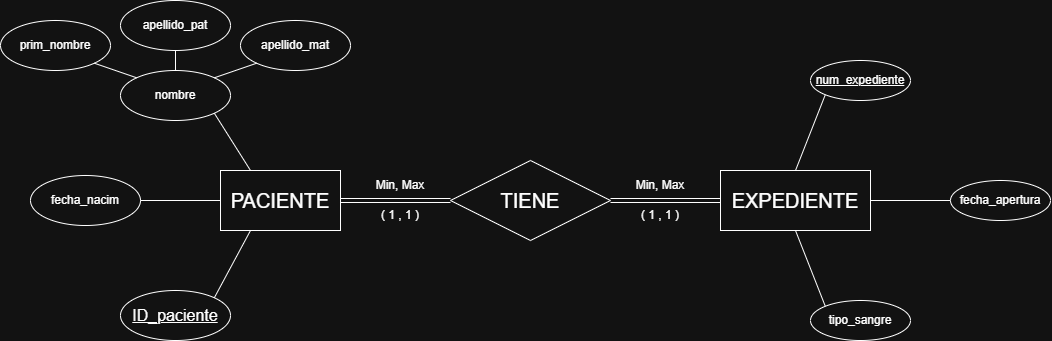
The draw.io diagram img/E-R/Ejercicio 1.png in Luiss0704/BaseDeDatos-3DSM-G3, before a commit. Source tidied: cells renumbered, new cells last; positions are measured from the earlier drawing's top-left corner, leaving out a move shared by most shapes.
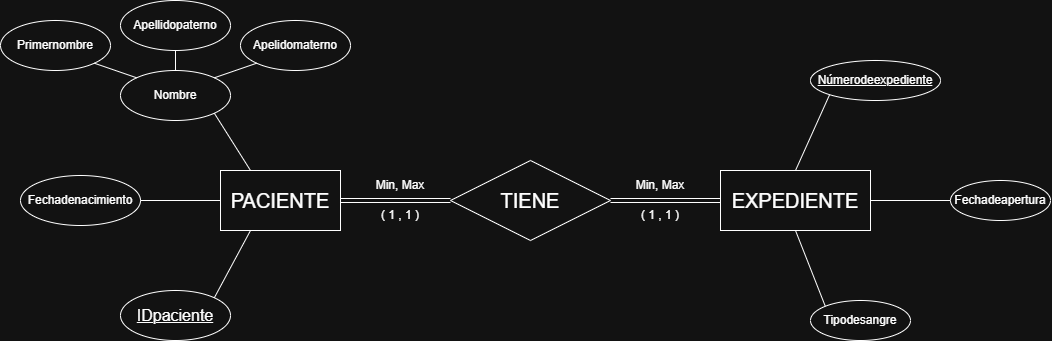
The same diagram one commit later.

What changed in the source:
```diff
@@ -11,16 +11,16 @@
     <mxCell id="4" value="&lt;font style=&quot;font-size: 20px;&quot;&gt;EXPEDIENTE&lt;/font&gt;" style="rounded=0;whiteSpace=wrap;html=1;" parent="1" vertex="1">
       <mxGeometry x="720" y="170" width="150" height="60" as="geometry" />
     </mxCell>
-    <mxCell id="5" value="nombre" style="ellipse;whiteSpace=wrap;html=1;" parent="1" vertex="1">
+    <mxCell id="5" value="Nombre" style="ellipse;whiteSpace=wrap;html=1;" parent="1" vertex="1">
       <mxGeometry x="120" y="70" width="110" height="50" as="geometry" />
     </mxCell>
-    <mxCell id="6" value="prim_nombre" style="ellipse;whiteSpace=wrap;html=1;" parent="1" vertex="1">
+    <mxCell id="6" value="Primernombre" style="ellipse;whiteSpace=wrap;html=1;" parent="1" vertex="1">
       <mxGeometry y="20" width="110" height="50" as="geometry" />
     </mxCell>
-    <mxCell id="7" value="apellido_pat" style="ellipse;whiteSpace=wrap;html=1;" parent="1" vertex="1">
+    <mxCell id="7" value="Apellidopaterno" style="ellipse;whiteSpace=wrap;html=1;" parent="1" vertex="1">
       <mxGeometry x="120" width="110" height="50" as="geometry" />
     </mxCell>
-    <mxCell id="8" value="apellido_mat" style="ellipse;whiteSpace=wrap;html=1;" parent="1" vertex="1">
+    <mxCell id="8" value="Apelidomaterno" style="ellipse;whiteSpace=wrap;html=1;" parent="1" vertex="1">
       <mxGeometry x="240" y="20" width="110" height="50" as="geometry" />
     </mxCell>
     <mxCell id="9" style="endArrow=none;html=1;rounded=0;exitX=1;exitY=0;exitDx=0;exitDy=0;entryX=0;entryY=1;entryDx=0;entryDy=0;" parent="1" edge="1" source="5" target="8">
@@ -35,7 +35,7 @@
     <mxCell id="12" style="endArrow=none;html=1;rounded=0;exitX=0.25;exitY=0;exitDx=0;exitDy=0;entryX=1;entryY=1;entryDx=0;entryDy=0;" parent="1" edge="1" source="2" target="5">
       <mxGeometry relative="1" as="geometry" />
     </mxCell>
-    <mxCell id="13" value="&lt;u&gt;&lt;font style=&quot;font-size: 16px;&quot;&gt;ID_paciente&lt;/font&gt;&lt;/u&gt;" style="ellipse;whiteSpace=wrap;html=1;" parent="1" vertex="1">
+    <mxCell id="13" value="&lt;u&gt;&lt;font style=&quot;font-size: 16px;&quot;&gt;IDpaciente&lt;/font&gt;&lt;/u&gt;" style="ellipse;whiteSpace=wrap;html=1;" parent="1" vertex="1">
       <mxGeometry x="120" y="290" width="110" height="50" as="geometry" />
     </mxCell>
     <mxCell id="14" style="endArrow=none;html=1;rounded=0;exitX=1;exitY=0;exitDx=0;exitDy=0;entryX=0.25;entryY=1;entryDx=0;entryDy=0;" parent="1" edge="1" source="13" target="2">
@@ -53,8 +53,8 @@
     <mxCell id="18" value="Min, Max" style="text;html=1;whiteSpace=wrap;strokeColor=none;fillColor=none;align=center;verticalAlign=middle;rounded=0;" parent="1" vertex="1">
       <mxGeometry x="630" y="170" width="60" height="30" as="geometry" />
     </mxCell>
-    <mxCell id="19" value="fecha_nacim" style="ellipse;whiteSpace=wrap;html=1;" parent="1" vertex="1">
-      <mxGeometry x="30" y="175" width="110" height="50" as="geometry" />
+    <mxCell id="19" value="Fechadenacimiento" style="ellipse;whiteSpace=wrap;html=1;" parent="1" vertex="1">
+      <mxGeometry x="20" y="175" width="120" height="50" as="geometry" />
     </mxCell>
     <mxCell id="20" style="endArrow=none;html=1;rounded=0;exitX=1;exitY=0.5;exitDx=0;exitDy=0;entryX=0;entryY=0.5;entryDx=0;entryDy=0;" parent="1" edge="1" source="19" target="2">
       <mxGeometry relative="1" as="geometry" />
@@ -71,16 +71,16 @@
     <mxCell id="24" style="html=1;whiteSpace=wrap;align=right;verticalAlign=bottom;" parent="23" vertex="1">
       <mxGeometry x="1" relative="1" as="geometry" />
     </mxCell>
-    <mxCell id="25" value="num_expediente" style="ellipse;whiteSpace=wrap;html=1;align=center;fontStyle=4;" parent="1" vertex="1">
-      <mxGeometry x="810" y="60" width="100" height="40" as="geometry" />
+    <mxCell id="25" value="Númerodeexpediente" style="ellipse;whiteSpace=wrap;html=1;align=center;fontStyle=4;" parent="1" vertex="1">
+      <mxGeometry x="810" y="60" width="130" height="40" as="geometry" />
     </mxCell>
     <mxCell id="26" style="endArrow=none;html=1;rounded=0;entryX=0.5;entryY=0;entryDx=0;entryDy=0;exitX=0;exitY=1;exitDx=0;exitDy=0;" parent="1" edge="1" source="25" target="4">
       <mxGeometry relative="1" as="geometry" />
     </mxCell>
-    <mxCell id="27" value="fecha_apertura" style="ellipse;whiteSpace=wrap;html=1;align=center;" parent="1" vertex="1">
+    <mxCell id="27" value="Fechadeapertura" style="ellipse;whiteSpace=wrap;html=1;align=center;" parent="1" vertex="1">
       <mxGeometry x="950" y="180" width="100" height="40" as="geometry" />
     </mxCell>
-    <mxCell id="28" value="tipo_sangre" style="ellipse;whiteSpace=wrap;html=1;align=center;" parent="1" vertex="1">
+    <mxCell id="28" value="Tipodesangre" style="ellipse;whiteSpace=wrap;html=1;align=center;" parent="1" vertex="1">
       <mxGeometry x="810" y="300" width="100" height="40" as="geometry" />
     </mxCell>
     <mxCell id="29" style="endArrow=none;html=1;rounded=0;exitX=0.5;exitY=1;exitDx=0;exitDy=0;entryX=0;entryY=0;entryDx=0;entryDy=0;" parent="1" edge="1" source="4" target="28">
```
